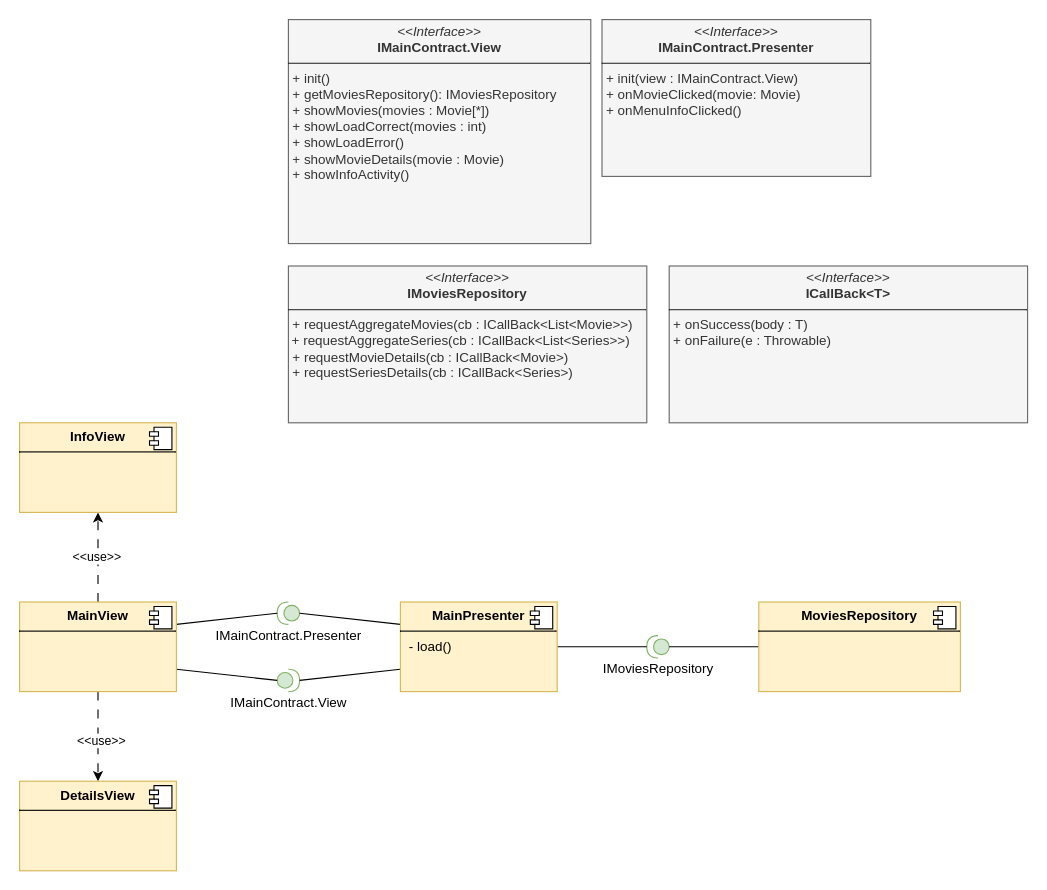
The draw.io diagram Docs/Models/architecture.drawio in isunican/App-Movies-Grupo3, before the edit. Source tidied: cells renumbered, new cells numbered last; positions are measured from the earlier drawing's top-left corner, leaving out a move shared by most shapes. Both pictures are drawn from the tidied source at 112%, with x=0, y=0 at pixel (19, 19).
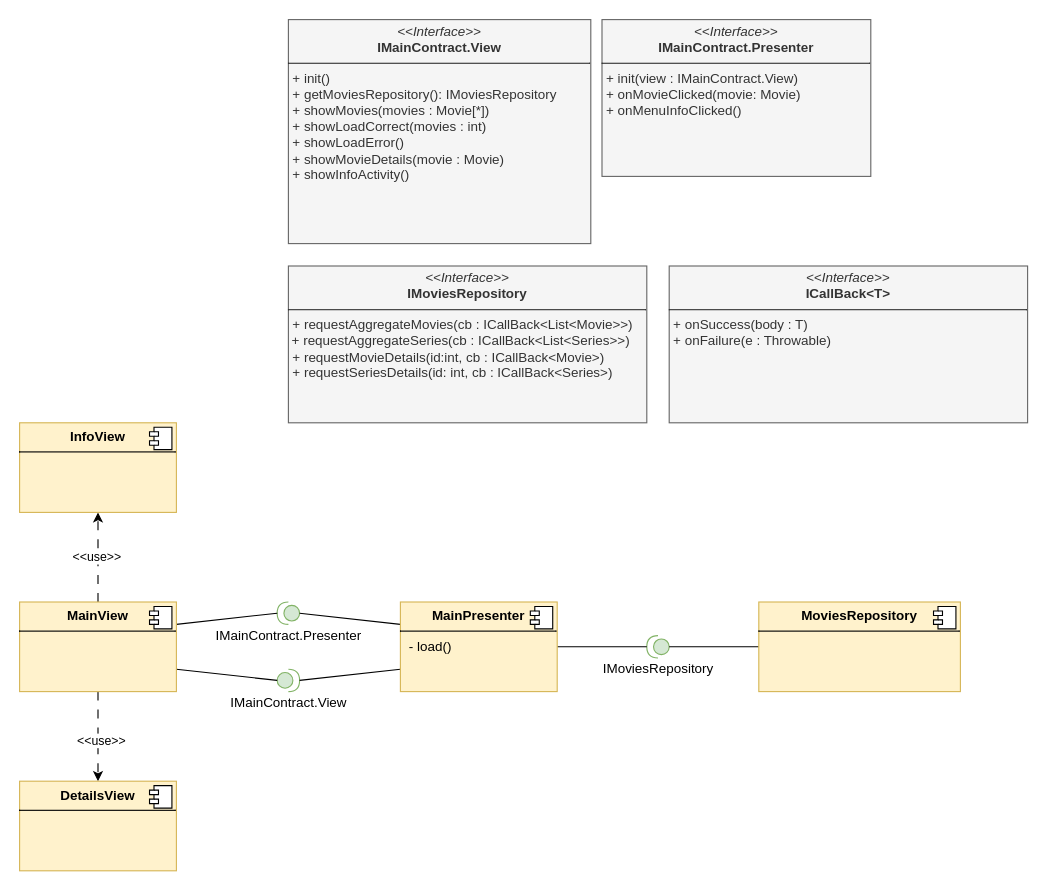
Above is the later version.

Commit message (it also covers changes not shown here):
Actualizada arquitectura

What changed in the source:
```diff
@@
-    <mxCell id="23" value="&lt;p style=&quot;margin:0px;margin-top:4px;text-align:center;&quot;&gt;&lt;i&gt;&amp;lt;&amp;lt;Interface&amp;gt;&amp;gt;&lt;/i&gt;&lt;br&gt;&lt;b&gt;IMoviesRepository&lt;/b&gt;&lt;/p&gt;&lt;hr size=&quot;1&quot; style=&quot;border-style:solid;&quot;&gt;&lt;p style=&quot;margin:0px;margin-left:4px;&quot;&gt;+ requestAggregateMovies(cb : ICallBack&amp;lt;List&amp;lt;Movie&amp;gt;&amp;gt;)&lt;br&gt;&lt;/p&gt;&amp;nbsp;+ requestAggregateSeries(cb : ICallBack&amp;lt;List&amp;lt;Series&amp;gt;&amp;gt;)&lt;br&gt;&lt;p style=&quot;margin:0px;margin-left:4px;&quot;&gt;+ requestMovieDetails(cb : ICallBack&amp;lt;Movie&amp;gt;)&lt;br&gt;&lt;/p&gt;&lt;p style=&quot;margin:0px;margin-left:4px;&quot;&gt;+ requestSeriesDetails(cb : ICallBack&amp;lt;Series&amp;gt;)&lt;br&gt;&lt;/p&gt;" style="verticalAlign=top;align=left;overflow=fill;html=1;whiteSpace=wrap;fillColor=#f5f5f5;fontColor=#333333;strokeColor=#666666;" parent="1" vertex="1">
+    <mxCell id="23" value="&lt;p style=&quot;margin:0px;margin-top:4px;text-align:center;&quot;&gt;&lt;i&gt;&amp;lt;&amp;lt;Interface&amp;gt;&amp;gt;&lt;/i&gt;&lt;br&gt;&lt;b&gt;IMoviesRepository&lt;/b&gt;&lt;/p&gt;&lt;hr size=&quot;1&quot; style=&quot;border-style:solid;&quot;&gt;&lt;p style=&quot;margin:0px;margin-left:4px;&quot;&gt;+ requestAggregateMovies(cb : ICallBack&amp;lt;List&amp;lt;Movie&amp;gt;&amp;gt;)&lt;br&gt;&lt;/p&gt;&amp;nbsp;+ requestAggregateSeries(cb : ICallBack&amp;lt;List&amp;lt;Series&amp;gt;&amp;gt;)&lt;br&gt;&lt;p style=&quot;margin:0px;margin-left:4px;&quot;&gt;+ requestMovieDetails(id:int, cb : ICallBack&amp;lt;Movie&amp;gt;)&lt;br&gt;&lt;/p&gt;&lt;p style=&quot;margin:0px;margin-left:4px;&quot;&gt;+ requestSeriesDetails(id: int, cb : ICallBack&amp;lt;Series&amp;gt;)&lt;br&gt;&lt;/p&gt;" style="verticalAlign=top;align=left;overflow=fill;html=1;whiteSpace=wrap;fillColor=#f5f5f5;fontColor=#333333;strokeColor=#666666;" parent="1" vertex="1">
       <mxGeometry x="240" y="220" width="320" height="140" as="geometry" />
     </mxCell>
```
